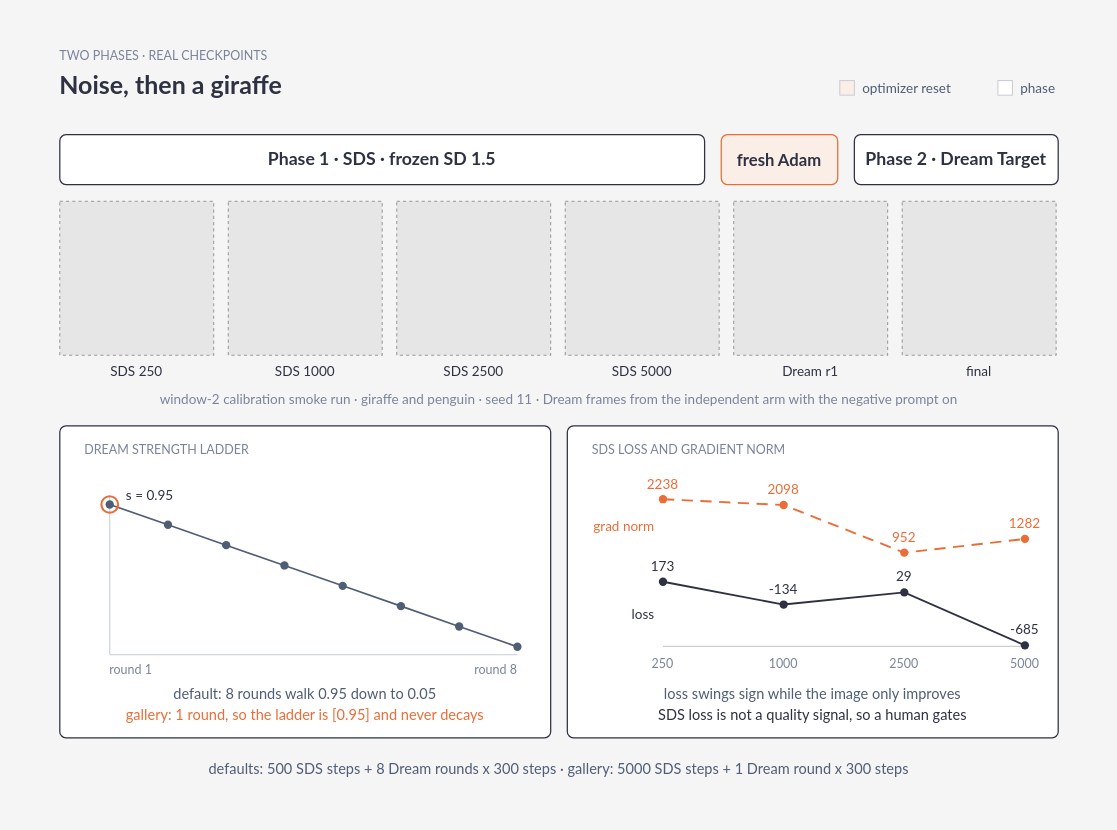
Before: docs/figures/two-phase.drawio in Portocolom-Studio/potocolom, a draw.io diagram. Source tidied: cells renumbered, new cells numbered last; positions are measured from the earlier drawing's top-left corner, leaving out a move shared by most shapes. Both pictures are drawn from the tidied source at 104%, with x=0, y=0 at pixel (18, 18). Pictures stored in the file or linked from it are replaced by grey dashed boxes.
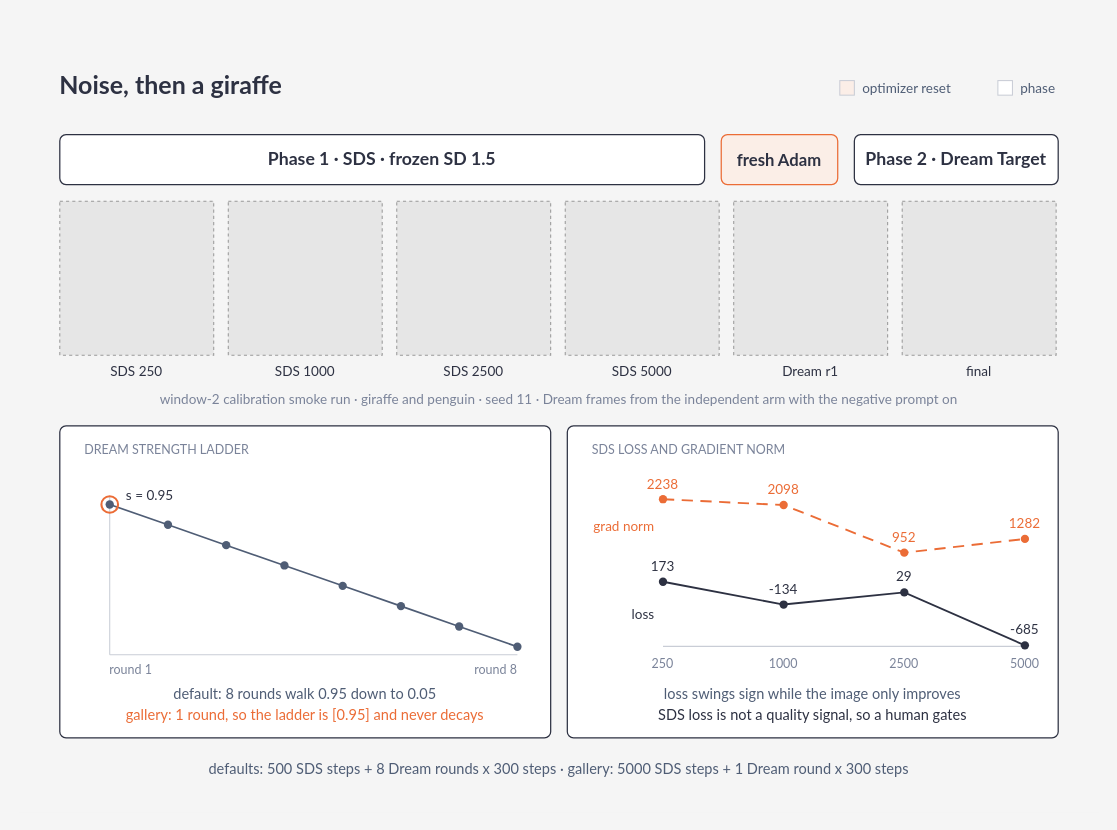
Above is the later version.

Change to the diagram source:
```diff
@@
     <mxCell id="2" style="rounded=0;absoluteArcSize=1;arcSize=12;whiteSpace=wrap;html=1;fillColor=#f5f5f5;strokeColor=none;strokeWidth=1.2;fontFamily=Lato;fontSize=16;fontColor=#2d3142;fontStyle=1;align=center;verticalAlign=middle;spacing=10;selectable=0;" parent="1" vertex="1">
-      <mxGeometry width="1040" height="764" as="geometry" />
+      <mxGeometry y="20" width="1040" height="744" as="geometry" />
     </mxCell>
-    <mxCell id="3" value="TWO PHASES · REAL CHECKPOINTS" style="text;html=1;whiteSpace=wrap;fontFamily=Lato;fontSize=12;fontColor=#7a8399;fontStyle=0;align=left;verticalAlign=middle;spacing=0;" parent="1" vertex="1">
-      <mxGeometry x="40" y="28" width="960" height="18" as="geometry" />
-    </mxCell>
```
